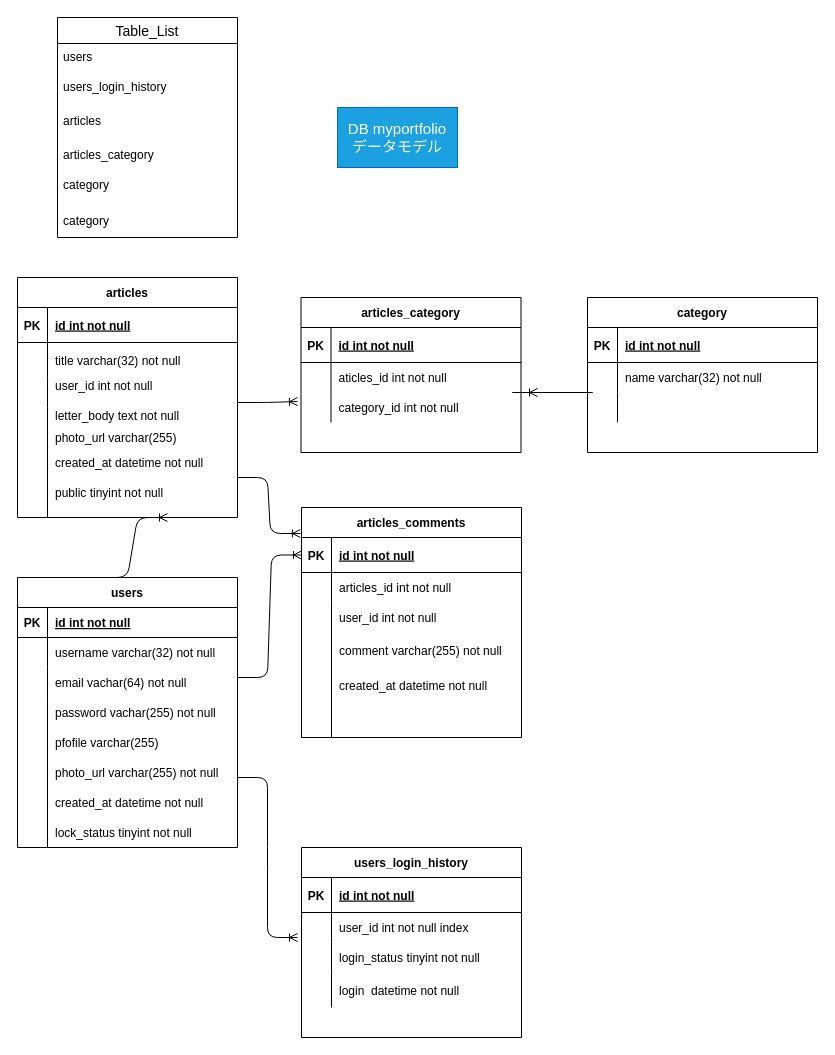
Above: db.dio in hirohana/technologypost-backend (draw.io), before the change. Source tidied: cells renumbered, new cells numbered last; positions are measured from the earlier drawing's top-left corner, leaving out a move shared by most shapes. Both pictures are drawn from the tidied source at 100%, with x=0, y=0 at pixel (17, 17).
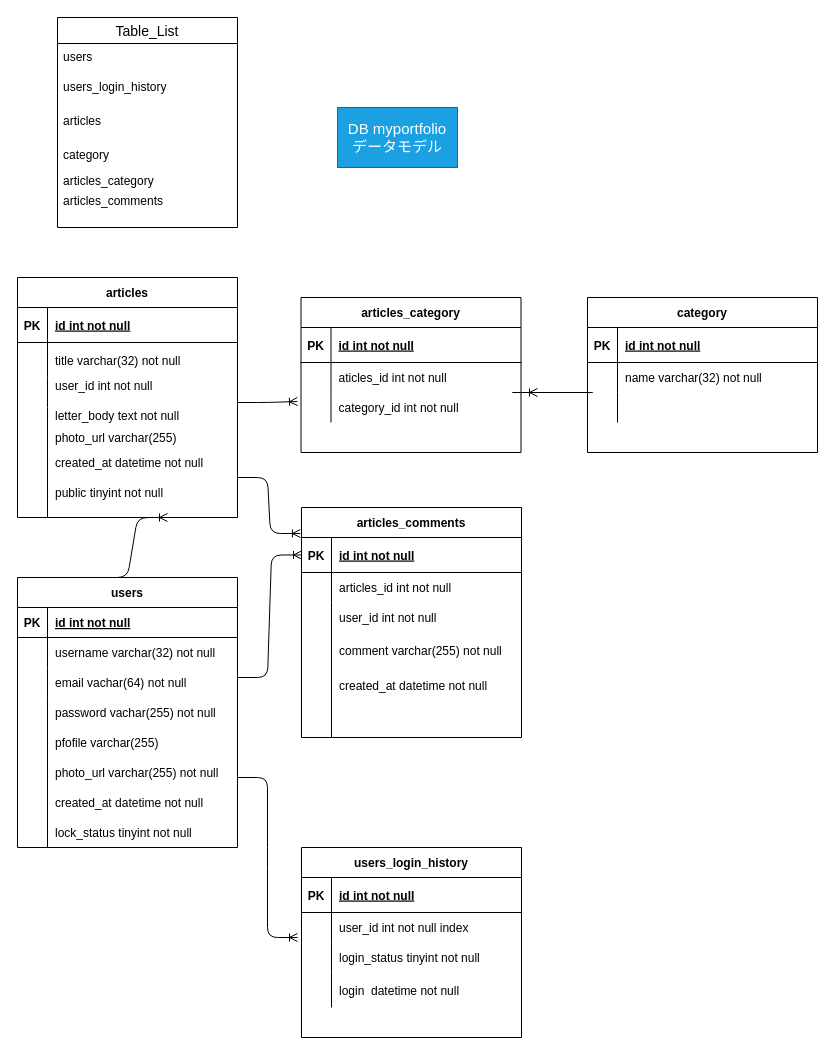
The same page after the edit.

Change to the diagram source:
```diff
@@
     <mxCell id="55" value="Table_List" style="swimlane;fontStyle=0;horizontal=1;startSize=26;align=center;fontSize=14;" parent="1" vertex="1">
-      <mxGeometry x="40" width="180" height="220" as="geometry" />
+      <mxGeometry x="40" width="180" height="210" as="geometry" />
     </mxCell>
@@
+    <mxCell id="60" value="category" style="text;strokeColor=none;fillColor=none;spacingLeft=4;spacingRight=4;overflow=hidden;fontSize=12;" parent="55" vertex="1">
+      <mxGeometry y="124" width="180" height="26" as="geometry" />
+    </mxCell>
     <mxCell id="59" value="articles_category" style="text;strokeColor=none;fillColor=none;spacingLeft=4;spacingRight=4;overflow=hidden;fontSize=12;" parent="55" vertex="1">
-      <mxGeometry y="124" width="180" height="30" as="geometry" />
+      <mxGeometry y="150" width="180" height="60" as="geometry" />
     </mxCell>
-    <mxCell id="60" value="category" style="text;strokeColor=none;fillColor=none;spacingLeft=4;spacingRight=4;overflow=hidden;fontSize=12;" parent="55" vertex="1">
-      <mxGeometry y="154" width="180" height="36" as="geometry" />
-    </mxCell>
-    <mxCell id="61" value="category" style="text;strokeColor=none;fillColor=none;spacingLeft=4;spacingRight=4;overflow=hidden;fontSize=12;" parent="55" vertex="1">
-      <mxGeometry y="190" width="180" height="30" as="geometry" />
-    </mxCell>
@@
+    <mxCell id="109" value="articles_comments" style="text;strokeColor=none;fillColor=none;spacingLeft=4;spacingRight=4;overflow=hidden;fontSize=12;" parent="1" vertex="1">
+      <mxGeometry x="40" y="170" width="180" height="50" as="geometry" />
+    </mxCell>
```
